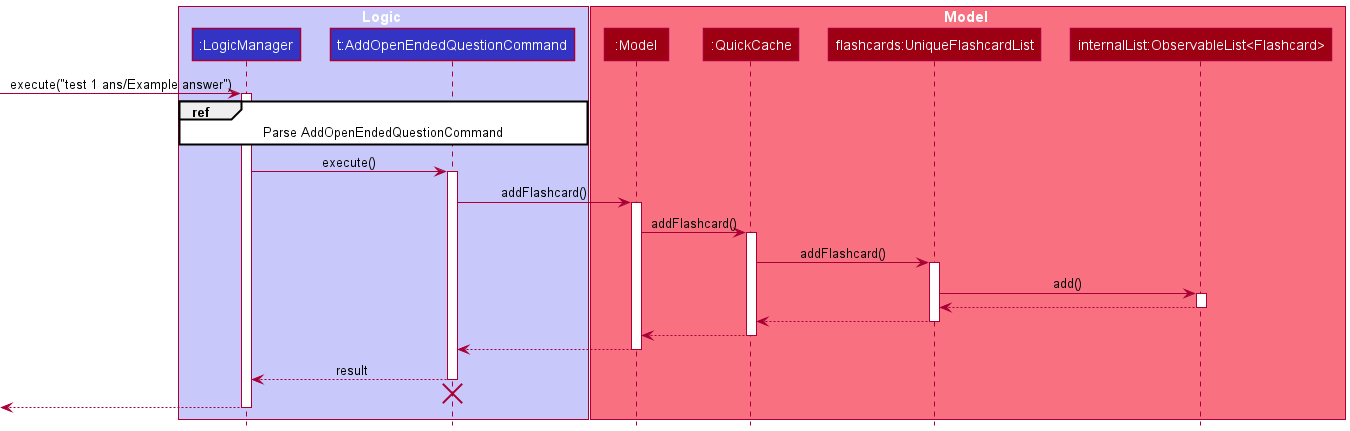
nus-cs2103-AY2021S1/tp keeps this PlantUML diagram as docs/images/AddOpenEndedSequenceDiagram.png. Above is the earlier version.
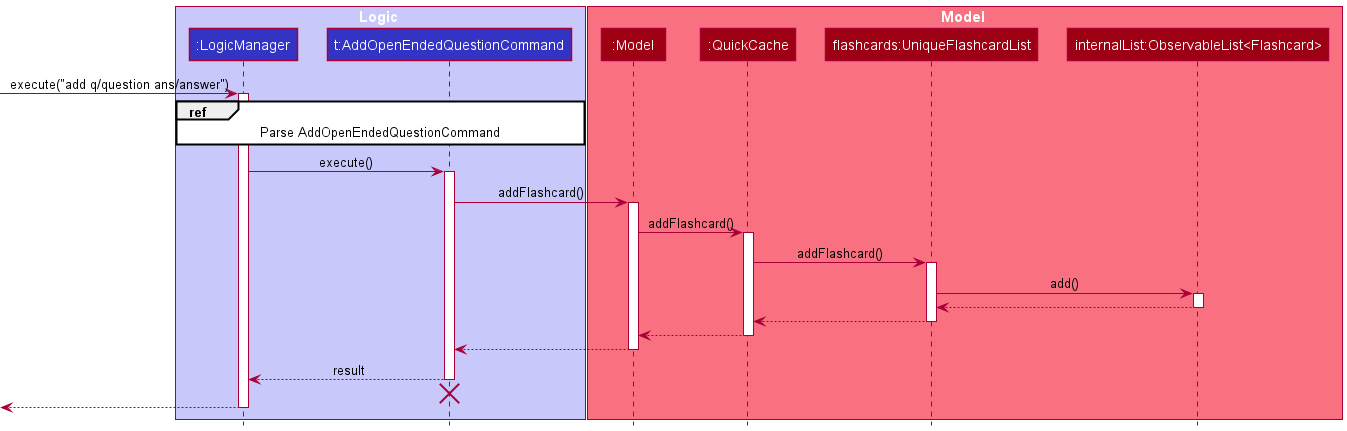
The same diagram one commit later.

Commit message:
Update typo in diagram

Diff of the diagram source:
```diff
@@ -12,7 +12,7 @@
 participant "flashcards:UniqueFlashcardList" as Flashcards MODEL_COLOR
 participant "internalList:ObservableList<Flashcard>" as ObservableList MODEL_COLOR
 end box
-[-> LogicManager : execute("test 1 ans/Example answer")
+[-> LogicManager : execute("add q/question ans/answer")
 activate LogicManager
 
 ref over LogicManager, AddOpenEndedQuestionCommand : Parse AddOpenEndedQuestionCommand
```
